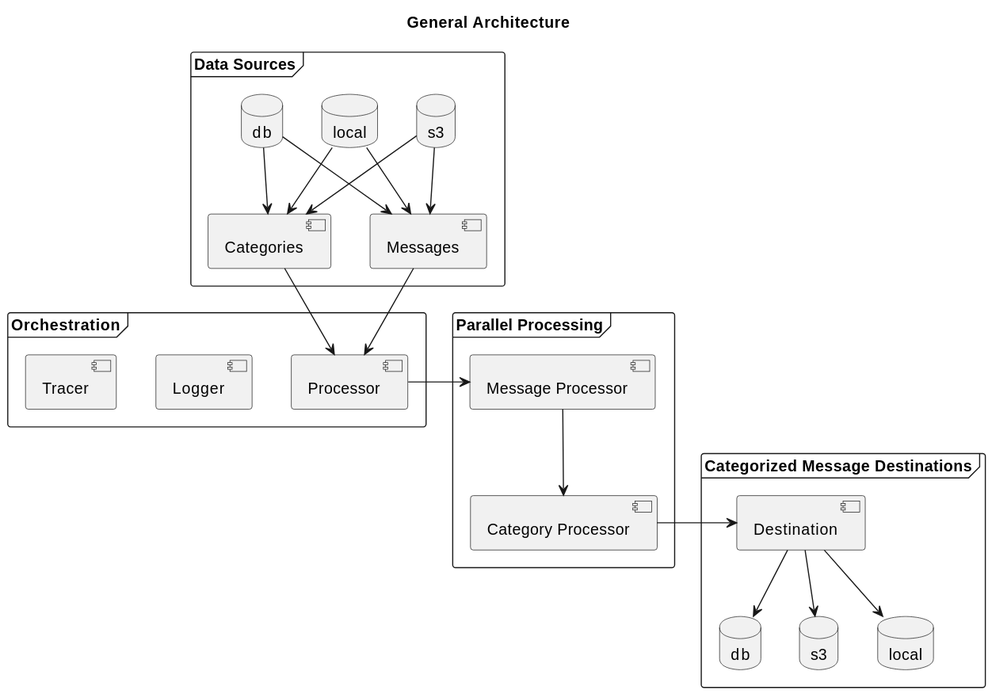
Before: doc/diagrams/architecture/General Architecture.svg, a diagram exported from PlantUML (agramirez/deterministic-categorization).
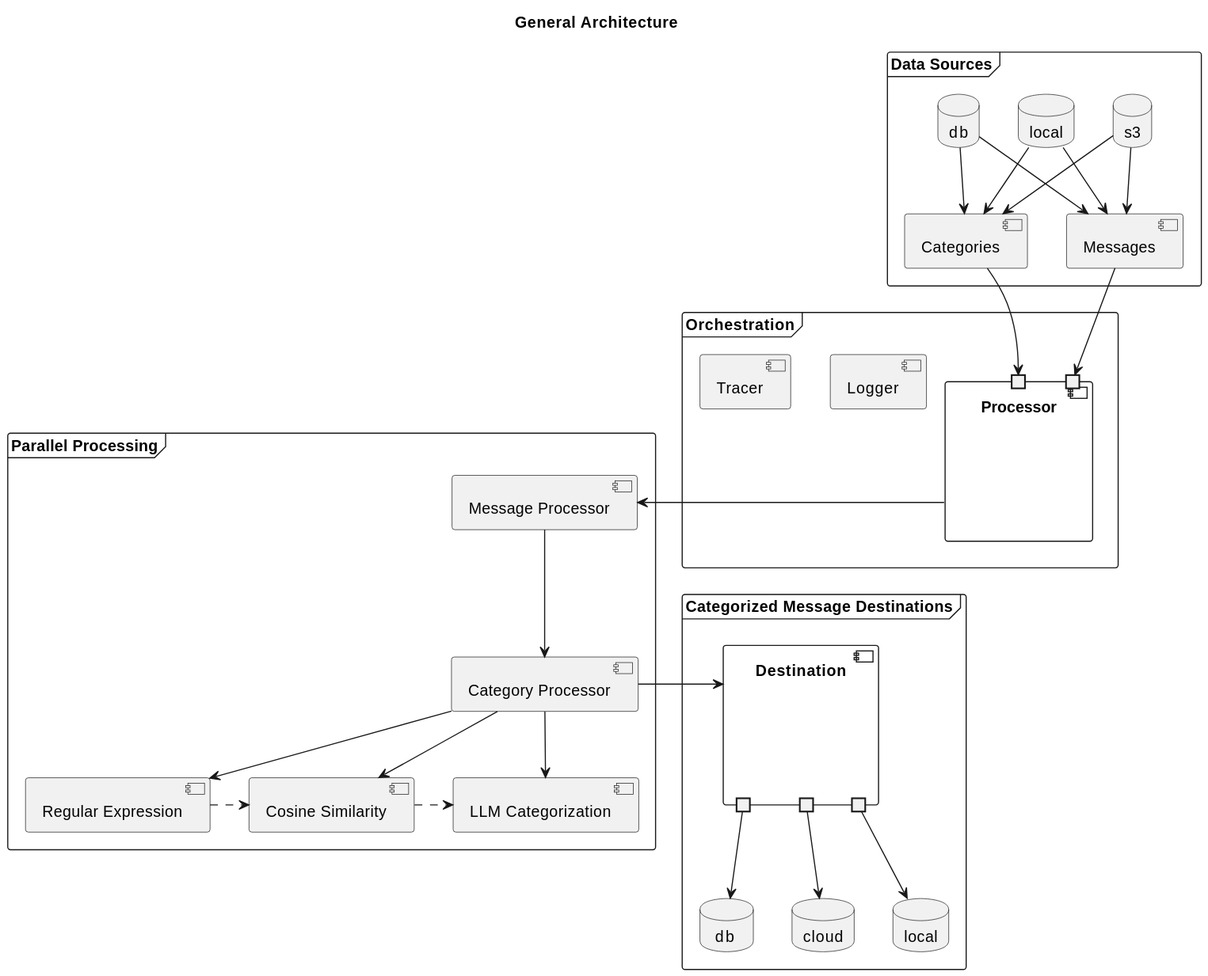
The same file after the commit.

Commit message:
Updating general architecture diagram

Change to the diagram source:
```diff
@@ -22,26 +22,44 @@
 frame "Orchestration" as orc {
     [Logger]
     [Tracer]
-    [Processor]
+    component Processor as Processor {
+        port " " as cin
+        port " " as min
+    }
 }
 
-Messages --> Processor
-Categories --> Processor
+Messages --> cin
+Categories --> min
 
 frame "Parallel Processing" as pro {
     [Message Processor] as mp
     [Category Processor] as cp
+
+    component "Regular Expression" as regex
+    component "Cosine Similarity" as cosine
+    component "LLM Categorization" as llm
+
+    cp -down-> regex
+    cp -down-> cosine
+    cp -down-> llm
+
+    regex ..right..> cosine
+    cosine ..right..> llm
 }
 
 frame "Categorized Message Destinations" as dd {
-    [Destination] as dest
-    database "db" as dbd
-    database "s3" as s3d
+    component Destination as dest {
+        portout " " as pdbd
+        portout " " as ps3d
+        portout " " as plocald
+    }
+    database " db  " as dbd
+    database "cloud" as s3d
     database "local" as locald
 
-    dest -down-> dbd
-    dest -down-> s3d
-    dest -down-> locald
+    pdbd -down-> dbd
+    ps3d -down-> s3d
+    plocald -down-> locald
 }
 
 [Processor] -> mp
```
